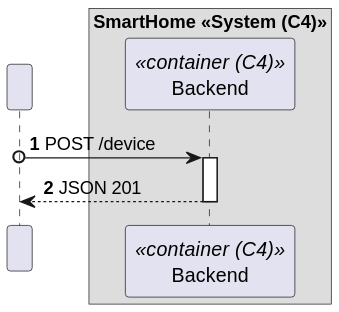
Before: docs/C4_4plus1_models/Level2/ProcessView/ProcessViewLevel2_UC05_v1.svg, a diagram exported from PlantUML (moutajDev/smarthome).
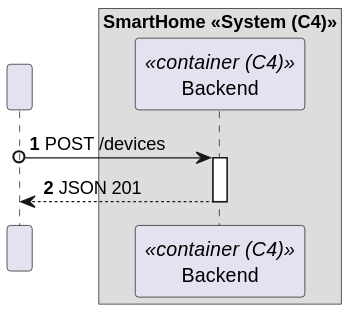
After the change.

Diff of the diagram source:
```diff
@@ -10,7 +10,7 @@
 end box
 
 
-HTTP o-> BE : POST /device
+HTTP o-> BE : POST /devices
 activate BE
 
 
```
